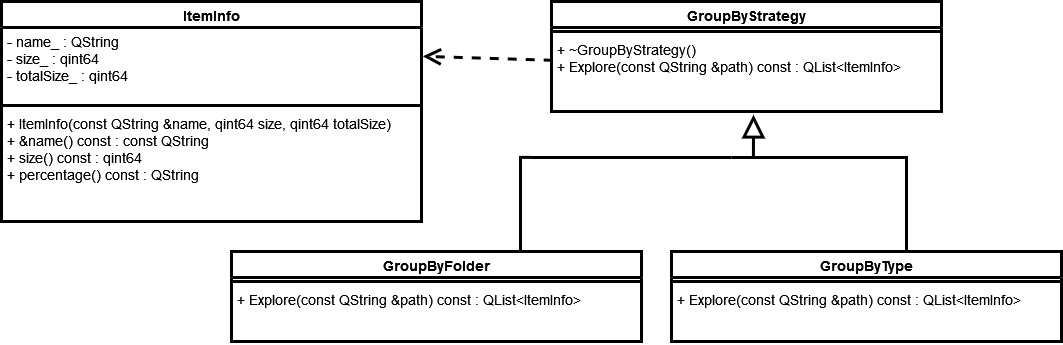
This is UML.png from AktanIsaev/FileBrowser, a draw.io export, as it was before one commit. Source tidied: cells renumbered, new cells last; positions are measured from the earlier drawing's top-left corner, leaving out a move shared by most shapes. The source it was exported from:
```xml
<mxGraphModel>
  <root>
    <mxCell id="0" />
    <mxCell id="1" parent="0" />
    <mxCell id="2" value="ItemInfo" style="swimlane;fontStyle=1;align=center;verticalAlign=top;horizontal=1;startSize=26;whiteSpace=wrap;html=1;strokeWidth=3;fontSize=14;" parent="1" vertex="1">
      <mxGeometry width="420" height="220" as="geometry" />
    </mxCell>
    <mxCell id="3" value="- name_ : QString &lt;br style=&quot;font-size: 14px;&quot;&gt;&lt;div style=&quot;font-size: 14px;&quot;&gt;- size_ : qint64&lt;/div&gt;&lt;div style=&quot;font-size: 14px;&quot;&gt;- totalSize_ : qint64&lt;/div&gt;" style="text;strokeColor=none;fillColor=none;align=left;verticalAlign=top;spacingLeft=4;spacingRight=4;overflow=hidden;points=[[0,0.5],[1,0.5]];portConstraint=eastwest;whiteSpace=wrap;html=1;strokeWidth=3;fontSize=14;" parent="2" vertex="1">
      <mxGeometry y="26" width="420" height="74" as="geometry" />
    </mxCell>
    <mxCell id="4" style="line;strokeWidth=3;fillColor=none;align=left;verticalAlign=middle;spacingTop=-1;spacingLeft=3;spacingRight=3;labelPosition=right;strokeColor=inherit;fontSize=14;" parent="2" vertex="1">
      <mxGeometry y="100" width="420" height="8" as="geometry" />
    </mxCell>
    <mxCell id="5" value="&lt;div style=&quot;font-size: 14px;&quot;&gt;+ ItemInfo(const QString &amp;amp;name, qint64 size, qint64 totalSize)&lt;/div&gt;&lt;div style=&quot;font-size: 14px;&quot;&gt;+ &amp;amp;name() const : const QString&lt;br style=&quot;font-size: 14px;&quot;&gt;+ size() const :&amp;nbsp;qint64 &lt;br style=&quot;font-size: 14px;&quot;&gt;+ percentage() const : QString&lt;/div&gt;" style="text;strokeColor=none;fillColor=none;align=left;verticalAlign=top;spacingLeft=4;spacingRight=4;overflow=hidden;whiteSpace=wrap;html=1;strokeWidth=3;fontSize=14;" parent="2" vertex="1">
      <mxGeometry y="108" width="420" height="112" as="geometry" />
    </mxCell>
    <mxCell id="6" value="GroupByStrategy" style="swimlane;fontStyle=1;align=center;verticalAlign=top;horizontal=1;startSize=26;whiteSpace=wrap;html=1;strokeWidth=3;fontSize=14;" parent="1" vertex="1">
      <mxGeometry x="550" width="390" height="110" as="geometry" />
    </mxCell>
    <mxCell id="7" style="line;strokeWidth=3;fillColor=none;align=left;verticalAlign=middle;spacingTop=-1;spacingLeft=3;spacingRight=3;labelPosition=right;strokeColor=inherit;fontSize=14;" parent="6" vertex="1">
      <mxGeometry y="26" width="390" height="8" as="geometry" />
    </mxCell>
    <mxCell id="8" value="&lt;div style=&quot;font-size: 14px;&quot;&gt;+ ~GroupByStrategy()&lt;/div&gt;&lt;div style=&quot;font-size: 14px;&quot;&gt;+ Explore(const QString &amp;amp;path) const : QList&amp;lt;ItemInfo&amp;gt;&lt;/div&gt;" style="text;strokeColor=none;fillColor=none;align=left;verticalAlign=top;spacingLeft=4;spacingRight=4;overflow=hidden;points=[[0,0.5],[1,0.5]];portConstraint=eastwest;whiteSpace=wrap;html=1;strokeWidth=3;fontSize=14;" parent="6" vertex="1">
      <mxGeometry y="34" width="390" height="76" as="geometry" />
    </mxCell>
    <mxCell id="9" style="endArrow=open;endSize=12;dashed=1;html=1;rounded=0;exitX=0.003;exitY=0.326;exitDx=0;exitDy=0;exitPerimeter=0;entryX=1.003;entryY=0.389;entryDx=0;entryDy=0;entryPerimeter=0;strokeWidth=3;fontSize=14;" parent="1" edge="1" source="8" target="3">
      <mxGeometry relative="1" as="geometry" />
    </mxCell>
    <mxCell id="10" value="GroupByFolder" style="swimlane;fontStyle=1;align=center;verticalAlign=top;horizontal=1;startSize=26;whiteSpace=wrap;html=1;strokeWidth=3;fontSize=14;" parent="1" vertex="1">
      <mxGeometry x="230" y="250" width="410" height="90" as="geometry" />
    </mxCell>
    <mxCell id="11" style="line;strokeWidth=3;fillColor=none;align=left;verticalAlign=middle;spacingTop=-1;spacingLeft=3;spacingRight=3;labelPosition=right;strokeColor=inherit;fontSize=14;" parent="10" vertex="1">
      <mxGeometry y="26" width="410" height="8" as="geometry" />
    </mxCell>
    <mxCell id="12" value="&lt;div style=&quot;font-size: 14px;&quot;&gt;+ Explore(const QString &amp;amp;path) const : QList&amp;lt;ItemInfo&amp;gt;&lt;/div&gt;" style="text;strokeColor=none;fillColor=none;align=left;verticalAlign=top;spacingLeft=4;spacingRight=4;overflow=hidden;whiteSpace=wrap;html=1;strokeWidth=3;fontSize=14;" parent="10" vertex="1">
      <mxGeometry y="34" width="410" height="56" as="geometry" />
    </mxCell>
    <mxCell id="13" value="GroupByType" style="swimlane;fontStyle=1;align=center;verticalAlign=top;horizontal=1;startSize=26;whiteSpace=wrap;html=1;strokeWidth=3;fontSize=14;" parent="1" vertex="1">
      <mxGeometry x="670" y="250" width="390" height="90" as="geometry" />
    </mxCell>
    <mxCell id="14" style="line;strokeWidth=3;fillColor=none;align=left;verticalAlign=middle;spacingTop=-1;spacingLeft=3;spacingRight=3;labelPosition=right;strokeColor=inherit;fontSize=14;" parent="13" vertex="1">
      <mxGeometry y="26" width="390" height="8" as="geometry" />
    </mxCell>
    <mxCell id="15" value="&lt;div style=&quot;font-size: 14px;&quot;&gt;+ Explore(const QString &amp;amp;path) const : QList&amp;lt;ItemInfo&amp;gt;&lt;/div&gt;" style="text;strokeColor=none;fillColor=none;align=left;verticalAlign=top;spacingLeft=4;spacingRight=4;overflow=hidden;whiteSpace=wrap;html=1;strokeWidth=3;fontSize=14;" parent="13" vertex="1">
      <mxGeometry y="34" width="390" height="56" as="geometry" />
    </mxCell>
    <mxCell id="16" style="endArrow=block;endSize=16;endFill=0;html=1;rounded=0;entryX=0.518;entryY=1.043;entryDx=0;entryDy=0;entryPerimeter=0;exitX=0.137;exitY=0.315;exitDx=0;exitDy=0;exitPerimeter=0;strokeWidth=3;fontSize=14;" parent="1" edge="1" source="18" target="8">
      <mxGeometry relative="1" as="geometry" />
    </mxCell>
    <mxCell id="17" style="line;strokeWidth=3;fillColor=none;align=left;verticalAlign=middle;spacingTop=-1;spacingLeft=3;spacingRight=3;labelPosition=right;points=[];portConstraint=eastwest;strokeColor=inherit;fontSize=14;" parent="1" vertex="1">
      <mxGeometry x="530" y="152" width="200" height="8" as="geometry" />
    </mxCell>
    <mxCell id="18" style="line;strokeWidth=3;fillColor=none;align=left;verticalAlign=middle;spacingTop=-1;spacingLeft=3;spacingRight=3;labelPosition=right;points=[];portConstraint=eastwest;strokeColor=inherit;fontSize=14;" parent="1" vertex="1">
      <mxGeometry x="730" y="152" width="160" height="8" as="geometry" />
    </mxCell>
    <mxCell id="19" style="endArrow=none;html=1;edgeStyle=orthogonalEdgeStyle;rounded=0;entryX=0.5;entryY=0;entryDx=0;entryDy=0;exitX=0.002;exitY=0.485;exitDx=0;exitDy=0;exitPerimeter=0;strokeWidth=3;fontSize=14;" parent="1" edge="1" source="17" target="10">
      <mxGeometry relative="1" as="geometry">
        <Array as="points">
          <mxPoint x="519" y="156" />
          <mxPoint x="519" y="250" />
        </Array>
      </mxGeometry>
    </mxCell>
    <mxCell id="20" style="endArrow=none;html=1;edgeStyle=orthogonalEdgeStyle;rounded=0;exitX=0.002;exitY=0.485;exitDx=0;exitDy=0;exitPerimeter=0;strokeWidth=3;fontSize=14;" parent="1" edge="1" target="13">
      <mxGeometry relative="1" as="geometry">
        <mxPoint x="879.6" y="156" as="sourcePoint" />
        <Array as="points">
          <mxPoint x="905" y="156" />
        </Array>
      </mxGeometry>
    </mxCell>
  </root>
</mxGraphModel>
```
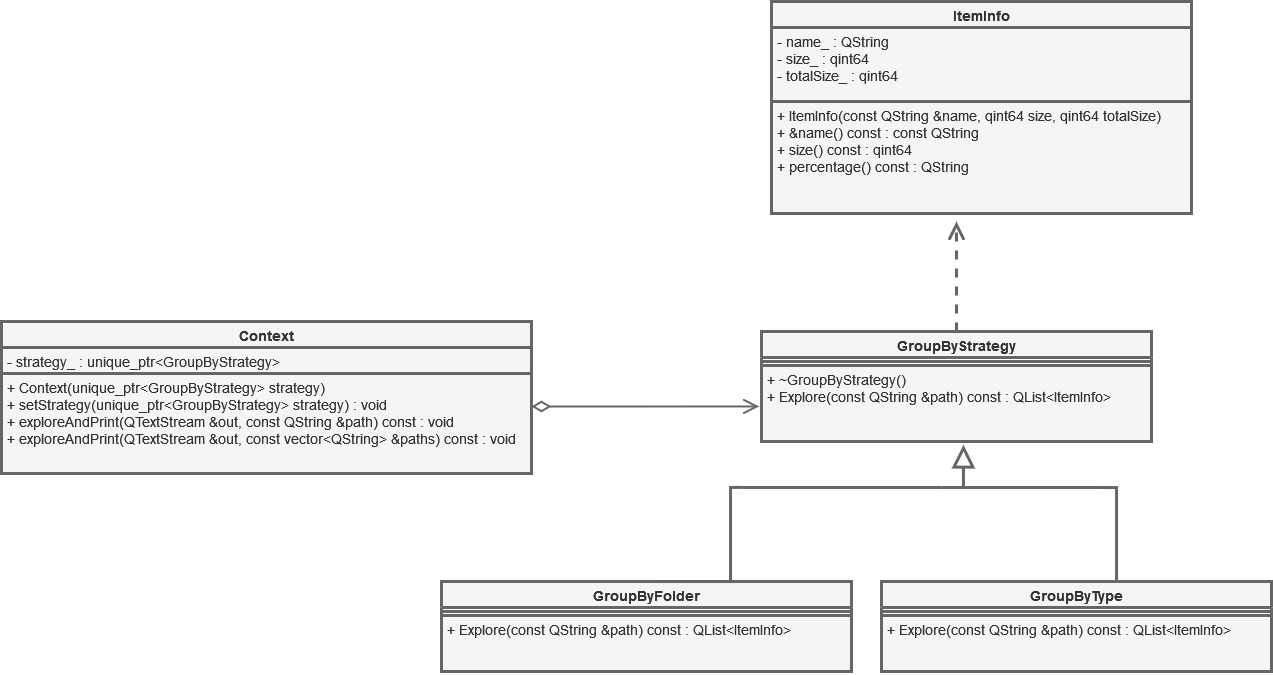
The same file after the commit.

Diff of the diagram source:
```diff
@@ -1,59 +1,58 @@
-<mxGraphModel>
+<mxGraphModel background="#FFFFFF">
   <root>
     <mxCell id="0" />
     <mxCell id="1" parent="0" />
-    <mxCell id="2" value="ItemInfo" style="swimlane;fontStyle=1;align=center;verticalAlign=top;horizontal=1;startSize=26;whiteSpace=wrap;html=1;strokeWidth=3;fontSize=14;" parent="1" vertex="1">
-      <mxGeometry width="420" height="220" as="geometry" />
+    <mxCell id="2" value="ItemInfo" style="swimlane;fontStyle=1;align=center;verticalAlign=top;horizontal=1;startSize=26;whiteSpace=wrap;html=1;strokeWidth=3;fontSize=14;fillColor=#f5f5f5;fontColor=#333333;strokeColor=#666666;" parent="1" vertex="1">
+      <mxGeometry x="560" y="-330" width="420" height="212" as="geometry" />
     </mxCell>
-    <mxCell id="3" value="- name_ : QString &lt;br style=&quot;font-size: 14px;&quot;&gt;&lt;div style=&quot;font-size: 14px;&quot;&gt;- size_ : qint64&lt;/div&gt;&lt;div style=&quot;font-size: 14px;&quot;&gt;- totalSize_ : qint64&lt;/div&gt;" style="text;strokeColor=none;fillColor=none;align=left;verticalAlign=top;spacingLeft=4;spacingRight=4;overflow=hidden;points=[[0,0.5],[1,0.5]];portConstraint=eastwest;whiteSpace=wrap;html=1;strokeWidth=3;fontSize=14;" parent="2" vertex="1">
+    <mxCell id="3" value="- name_ : QString &lt;br style=&quot;font-size: 14px;&quot;&gt;&lt;div style=&quot;font-size: 14px;&quot;&gt;- size_ : qint64&lt;/div&gt;&lt;div style=&quot;font-size: 14px;&quot;&gt;- totalSize_ : qint64&lt;/div&gt;" style="text;align=left;verticalAlign=top;spacingLeft=4;spacingRight=4;overflow=hidden;points=[[0,0.5],[1,0.5]];portConstraint=eastwest;whiteSpace=wrap;html=1;strokeWidth=3;fontSize=14;fillColor=#f5f5f5;fontColor=#333333;strokeColor=#666666;" parent="2" vertex="1">
       <mxGeometry y="26" width="420" height="74" as="geometry" />
     </mxCell>
-    <mxCell id="4" style="line;strokeWidth=3;fillColor=none;align=left;verticalAlign=middle;spacingTop=-1;spacingLeft=3;spacingRight=3;labelPosition=right;strokeColor=inherit;fontSize=14;" parent="2" vertex="1">
-      <mxGeometry y="100" width="420" height="8" as="geometry" />
-    </mxCell>
-    <mxCell id="5" value="&lt;div style=&quot;font-size: 14px;&quot;&gt;+ ItemInfo(const QString &amp;amp;name, qint64 size, qint64 totalSize)&lt;/div&gt;&lt;div style=&quot;font-size: 14px;&quot;&gt;+ &amp;amp;name() const : const QString&lt;br style=&quot;font-size: 14px;&quot;&gt;+ size() const :&amp;nbsp;qint64 &lt;br style=&quot;font-size: 14px;&quot;&gt;+ percentage() const : QString&lt;/div&gt;" style="text;strokeColor=none;fillColor=none;align=left;verticalAlign=top;spacingLeft=4;spacingRight=4;overflow=hidden;whiteSpace=wrap;html=1;strokeWidth=3;fontSize=14;" parent="2" vertex="1">
-      <mxGeometry y="108" width="420" height="112" as="geometry" />
+    <mxCell id="5" value="&lt;div style=&quot;font-size: 14px;&quot;&gt;+ ItemInfo(const QString &amp;amp;name, qint64 size, qint64 totalSize)&lt;/div&gt;&lt;div style=&quot;font-size: 14px;&quot;&gt;+ &amp;amp;name() const : const QString&lt;br style=&quot;font-size: 14px;&quot;&gt;+ size() const :&amp;nbsp;qint64 &lt;br style=&quot;font-size: 14px;&quot;&gt;+ percentage() const : QString&lt;/div&gt;" style="text;align=left;verticalAlign=top;spacingLeft=4;spacingRight=4;overflow=hidden;whiteSpace=wrap;html=1;strokeWidth=3;fontSize=14;fillColor=#f5f5f5;fontColor=#333333;strokeColor=#666666;" parent="2" vertex="1">
+      <mxGeometry y="100" width="420" height="112" as="geometry" />
     </mxCell>
-    <mxCell id="6" value="GroupByStrategy" style="swimlane;fontStyle=1;align=center;verticalAlign=top;horizontal=1;startSize=26;whiteSpace=wrap;html=1;strokeWidth=3;fontSize=14;" parent="1" vertex="1">
+    <mxCell id="6" value="GroupByStrategy" style="swimlane;fontStyle=1;align=center;verticalAlign=top;horizontal=1;startSize=26;whiteSpace=wrap;html=1;strokeWidth=3;fontSize=14;fillColor=#f5f5f5;fontColor=#333333;strokeColor=#666666;" parent="1" vertex="1">
       <mxGeometry x="550" width="390" height="110" as="geometry" />
     </mxCell>
-    <mxCell id="7" style="line;strokeWidth=3;fillColor=none;align=left;verticalAlign=middle;spacingTop=-1;spacingLeft=3;spacingRight=3;labelPosition=right;strokeColor=inherit;fontSize=14;" parent="6" vertex="1">
+    <mxCell id="7" style="line;strokeWidth=3;align=left;verticalAlign=middle;spacingTop=-1;spacingLeft=3;spacingRight=3;labelPosition=right;fontSize=14;fillColor=#f5f5f5;fontColor=#333333;strokeColor=#666666;" parent="6" vertex="1">
       <mxGeometry y="26" width="390" height="8" as="geometry" />
     </mxCell>
-    <mxCell id="8" value="&lt;div style=&quot;font-size: 14px;&quot;&gt;+ ~GroupByStrategy()&lt;/div&gt;&lt;div style=&quot;font-size: 14px;&quot;&gt;+ Explore(const QString &amp;amp;path) const : QList&amp;lt;ItemInfo&amp;gt;&lt;/div&gt;" style="text;strokeColor=none;fillColor=none;align=left;verticalAlign=top;spacingLeft=4;spacingRight=4;overflow=hidden;points=[[0,0.5],[1,0.5]];portConstraint=eastwest;whiteSpace=wrap;html=1;strokeWidth=3;fontSize=14;" parent="6" vertex="1">
+    <mxCell id="8" value="&lt;div style=&quot;font-size: 14px;&quot;&gt;+ ~GroupByStrategy()&lt;/div&gt;&lt;div style=&quot;font-size: 14px;&quot;&gt;+ Explore(const QString &amp;amp;path) const : QList&amp;lt;ItemInfo&amp;gt;&lt;/div&gt;" style="text;align=left;verticalAlign=top;spacingLeft=4;spacingRight=4;overflow=hidden;points=[[0,0.5],[1,0.5]];portConstraint=eastwest;whiteSpace=wrap;html=1;strokeWidth=3;fontSize=14;fillColor=#f5f5f5;fontColor=#333333;strokeColor=#666666;" parent="6" vertex="1">
       <mxGeometry y="34" width="390" height="76" as="geometry" />
     </mxCell>
-    <mxCell id="9" style="endArrow=open;endSize=12;dashed=1;html=1;rounded=0;exitX=0.003;exitY=0.326;exitDx=0;exitDy=0;exitPerimeter=0;entryX=1.003;entryY=0.389;entryDx=0;entryDy=0;entryPerimeter=0;strokeWidth=3;fontSize=14;" parent="1" edge="1" source="8" target="3">
-      <mxGeometry relative="1" as="geometry" />
+    <mxCell id="9" style="endArrow=open;endSize=12;dashed=1;html=1;rounded=0;exitX=0.5;exitY=0;exitDx=0;exitDy=0;strokeWidth=3;fontSize=14;fillColor=#f5f5f5;strokeColor=#666666;" parent="1" edge="1" source="6">
+      <mxGeometry relative="1" as="geometry">
+        <mxPoint x="745" y="-110" as="targetPoint" />
+      </mxGeometry>
     </mxCell>
-    <mxCell id="10" value="GroupByFolder" style="swimlane;fontStyle=1;align=center;verticalAlign=top;horizontal=1;startSize=26;whiteSpace=wrap;html=1;strokeWidth=3;fontSize=14;" parent="1" vertex="1">
+    <mxCell id="10" value="GroupByFolder" style="swimlane;fontStyle=1;align=center;verticalAlign=top;horizontal=1;startSize=26;whiteSpace=wrap;html=1;strokeWidth=3;fontSize=14;fillColor=#f5f5f5;fontColor=#333333;strokeColor=#666666;" parent="1" vertex="1">
       <mxGeometry x="230" y="250" width="410" height="90" as="geometry" />
     </mxCell>
-    <mxCell id="11" style="line;strokeWidth=3;fillColor=none;align=left;verticalAlign=middle;spacingTop=-1;spacingLeft=3;spacingRight=3;labelPosition=right;strokeColor=inherit;fontSize=14;" parent="10" vertex="1">
+    <mxCell id="11" style="line;strokeWidth=3;align=left;verticalAlign=middle;spacingTop=-1;spacingLeft=3;spacingRight=3;labelPosition=right;fontSize=14;fillColor=#f5f5f5;fontColor=#333333;strokeColor=#666666;" parent="10" vertex="1">
       <mxGeometry y="26" width="410" height="8" as="geometry" />
     </mxCell>
-    <mxCell id="12" value="&lt;div style=&quot;font-size: 14px;&quot;&gt;+ Explore(const QString &amp;amp;path) const : QList&amp;lt;ItemInfo&amp;gt;&lt;/div&gt;" style="text;strokeColor=none;fillColor=none;align=left;verticalAlign=top;spacingLeft=4;spacingRight=4;overflow=hidden;whiteSpace=wrap;html=1;strokeWidth=3;fontSize=14;" parent="10" vertex="1">
+    <mxCell id="12" value="&lt;div style=&quot;font-size: 14px;&quot;&gt;+ Explore(const QString &amp;amp;path) const : QList&amp;lt;ItemInfo&amp;gt;&lt;/div&gt;" style="text;align=left;verticalAlign=top;spacingLeft=4;spacingRight=4;overflow=hidden;whiteSpace=wrap;html=1;strokeWidth=3;fontSize=14;fillColor=#f5f5f5;fontColor=#333333;strokeColor=#666666;" parent="10" vertex="1">
       <mxGeometry y="34" width="410" height="56" as="geometry" />
     </mxCell>
-    <mxCell id="13" value="GroupByType" style="swimlane;fontStyle=1;align=center;verticalAlign=top;horizontal=1;startSize=26;whiteSpace=wrap;html=1;strokeWidth=3;fontSize=14;" parent="1" vertex="1">
+    <mxCell id="13" value="GroupByType" style="swimlane;fontStyle=1;align=center;verticalAlign=top;horizontal=1;startSize=26;whiteSpace=wrap;html=1;strokeWidth=3;fontSize=14;fillColor=#f5f5f5;fontColor=#333333;strokeColor=#666666;" parent="1" vertex="1">
       <mxGeometry x="670" y="250" width="390" height="90" as="geometry" />
     </mxCell>
-    <mxCell id="14" style="line;strokeWidth=3;fillColor=none;align=left;verticalAlign=middle;spacingTop=-1;spacingLeft=3;spacingRight=3;labelPosition=right;strokeColor=inherit;fontSize=14;" parent="13" vertex="1">
+    <mxCell id="14" style="line;strokeWidth=3;align=left;verticalAlign=middle;spacingTop=-1;spacingLeft=3;spacingRight=3;labelPosition=right;fontSize=14;fillColor=#f5f5f5;fontColor=#333333;strokeColor=#666666;" parent="13" vertex="1">
       <mxGeometry y="26" width="390" height="8" as="geometry" />
     </mxCell>
-    <mxCell id="15" value="&lt;div style=&quot;font-size: 14px;&quot;&gt;+ Explore(const QString &amp;amp;path) const : QList&amp;lt;ItemInfo&amp;gt;&lt;/div&gt;" style="text;strokeColor=none;fillColor=none;align=left;verticalAlign=top;spacingLeft=4;spacingRight=4;overflow=hidden;whiteSpace=wrap;html=1;strokeWidth=3;fontSize=14;" parent="13" vertex="1">
+    <mxCell id="15" value="&lt;div style=&quot;font-size: 14px;&quot;&gt;+ Explore(const QString &amp;amp;path) const : QList&amp;lt;ItemInfo&amp;gt;&lt;/div&gt;" style="text;align=left;verticalAlign=top;spacingLeft=4;spacingRight=4;overflow=hidden;whiteSpace=wrap;html=1;strokeWidth=3;fontSize=14;fillColor=#f5f5f5;fontColor=#333333;strokeColor=#666666;" parent="13" vertex="1">
       <mxGeometry y="34" width="390" height="56" as="geometry" />
     </mxCell>
-    <mxCell id="16" style="endArrow=block;endSize=16;endFill=0;html=1;rounded=0;entryX=0.518;entryY=1.043;entryDx=0;entryDy=0;entryPerimeter=0;exitX=0.137;exitY=0.315;exitDx=0;exitDy=0;exitPerimeter=0;strokeWidth=3;fontSize=14;" parent="1" edge="1" source="18" target="8">
+    <mxCell id="16" style="endArrow=block;endSize=16;endFill=0;html=1;rounded=0;entryX=0.518;entryY=1.043;entryDx=0;entryDy=0;entryPerimeter=0;exitX=0.137;exitY=0.315;exitDx=0;exitDy=0;exitPerimeter=0;strokeWidth=3;fontSize=14;fillColor=#f5f5f5;strokeColor=#666666;" parent="1" edge="1" source="18" target="8">
       <mxGeometry relative="1" as="geometry" />
     </mxCell>
-    <mxCell id="17" style="line;strokeWidth=3;fillColor=none;align=left;verticalAlign=middle;spacingTop=-1;spacingLeft=3;spacingRight=3;labelPosition=right;points=[];portConstraint=eastwest;strokeColor=inherit;fontSize=14;" parent="1" vertex="1">
+    <mxCell id="17" style="line;strokeWidth=3;align=left;verticalAlign=middle;spacingTop=-1;spacingLeft=3;spacingRight=3;labelPosition=right;points=[];portConstraint=eastwest;fontSize=14;fillColor=#f5f5f5;fontColor=#333333;strokeColor=#666666;" parent="1" vertex="1">
       <mxGeometry x="530" y="152" width="200" height="8" as="geometry" />
     </mxCell>
-    <mxCell id="18" style="line;strokeWidth=3;fillColor=none;align=left;verticalAlign=middle;spacingTop=-1;spacingLeft=3;spacingRight=3;labelPosition=right;points=[];portConstraint=eastwest;strokeColor=inherit;fontSize=14;" parent="1" vertex="1">
+    <mxCell id="18" style="line;strokeWidth=3;align=left;verticalAlign=middle;spacingTop=-1;spacingLeft=3;spacingRight=3;labelPosition=right;points=[];portConstraint=eastwest;fontSize=14;fillColor=#f5f5f5;fontColor=#333333;strokeColor=#666666;" parent="1" vertex="1">
       <mxGeometry x="730" y="152" width="160" height="8" as="geometry" />
     </mxCell>
-    <mxCell id="19" style="endArrow=none;html=1;edgeStyle=orthogonalEdgeStyle;rounded=0;entryX=0.5;entryY=0;entryDx=0;entryDy=0;exitX=0.002;exitY=0.485;exitDx=0;exitDy=0;exitPerimeter=0;strokeWidth=3;fontSize=14;" parent="1" edge="1" source="17" target="10">
+    <mxCell id="19" style="endArrow=none;html=1;edgeStyle=orthogonalEdgeStyle;rounded=0;entryX=0.5;entryY=0;entryDx=0;entryDy=0;exitX=0.002;exitY=0.485;exitDx=0;exitDy=0;exitPerimeter=0;strokeWidth=3;fontSize=14;fillColor=#f5f5f5;strokeColor=#666666;" parent="1" edge="1" source="17" target="10">
       <mxGeometry relative="1" as="geometry">
         <Array as="points">
           <mxPoint x="519" y="156" />
@@ -61,7 +60,7 @@
         </Array>
       </mxGeometry>
     </mxCell>
-    <mxCell id="20" style="endArrow=none;html=1;edgeStyle=orthogonalEdgeStyle;rounded=0;exitX=0.002;exitY=0.485;exitDx=0;exitDy=0;exitPerimeter=0;strokeWidth=3;fontSize=14;" parent="1" edge="1" target="13">
+    <mxCell id="20" style="endArrow=none;html=1;edgeStyle=orthogonalEdgeStyle;rounded=0;exitX=0.002;exitY=0.485;exitDx=0;exitDy=0;exitPerimeter=0;strokeWidth=3;fontSize=14;fillColor=#f5f5f5;strokeColor=#666666;" parent="1" edge="1" target="13">
       <mxGeometry relative="1" as="geometry">
         <mxPoint x="879.6" y="156" as="sourcePoint" />
         <Array as="points">
@@ -69,5 +68,19 @@
         </Array>
       </mxGeometry>
     </mxCell>
+    <mxCell id="21" value="Context" style="swimlane;fontStyle=1;align=center;verticalAlign=top;horizontal=1;startSize=26;whiteSpace=wrap;html=1;strokeWidth=3;fontSize=14;fillColor=#f5f5f5;fontColor=#333333;strokeColor=#666666;" parent="1" vertex="1">
+      <mxGeometry x="-210" y="-10" width="530" height="152" as="geometry" />
+    </mxCell>
+    <mxCell id="22" value="- strategy_ : unique_ptr&amp;lt;GroupByStrategy&amp;gt; " style="text;align=left;verticalAlign=top;spacingLeft=4;spacingRight=4;overflow=hidden;whiteSpace=wrap;html=1;strokeWidth=3;fontSize=14;fillColor=#f5f5f5;fontColor=#333333;strokeColor=#666666;" parent="21" vertex="1">
+      <mxGeometry y="26" width="530" height="26" as="geometry" />
+    </mxCell>
+    <mxCell id="23" value="&lt;div&gt;+ Context(unique_ptr&amp;lt;GroupByStrategy&amp;gt; strategy)&lt;/div&gt;&lt;div&gt;+ setStrategy(unique_ptr&amp;lt;GroupByStrategy&amp;gt; strategy) :  void &lt;br&gt;&lt;/div&gt;&lt;div&gt;+ exploreAndPrint(QTextStream &amp;amp;out, const QString &amp;amp;path) const : void &lt;br&gt;&lt;/div&gt;&lt;div&gt;+ exploreAndPrint(QTextStream &amp;amp;out, const vector&amp;lt;QString&amp;gt; &amp;amp;paths) const :  void&lt;/div&gt;" style="text;align=left;verticalAlign=top;spacingLeft=4;spacingRight=4;overflow=hidden;whiteSpace=wrap;html=1;strokeWidth=3;fontSize=14;fillColor=#f5f5f5;fontColor=#333333;strokeColor=#666666;" parent="21" vertex="1">
+      <mxGeometry y="52" width="530" height="100" as="geometry" />
+    </mxCell>
+    <mxCell id="24" style="endArrow=open;html=1;endSize=12;startArrow=diamondThin;startSize=14;startFill=0;align=left;verticalAlign=bottom;rounded=0;entryX=-0.006;entryY=0.539;entryDx=0;entryDy=0;entryPerimeter=0;fontSize=11;strokeWidth=2;fillColor=#f5f5f5;strokeColor=#666666;" parent="1" edge="1" target="8">
+      <mxGeometry x="-0.96" relative="1" as="geometry">
+        <mxPoint x="320" y="75" as="sourcePoint" />
+      </mxGeometry>
+    </mxCell>
   </root>
 </mxGraphModel>
```
